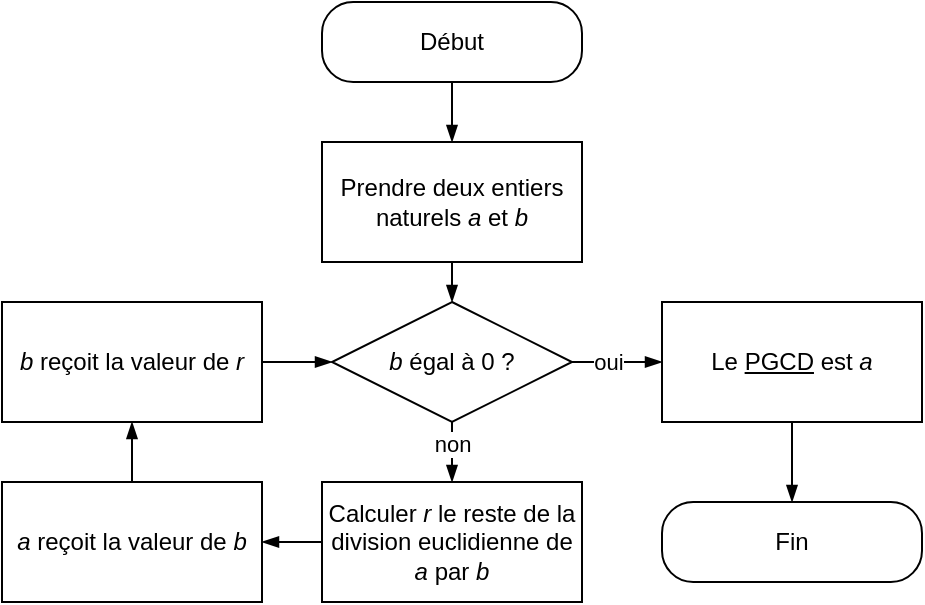
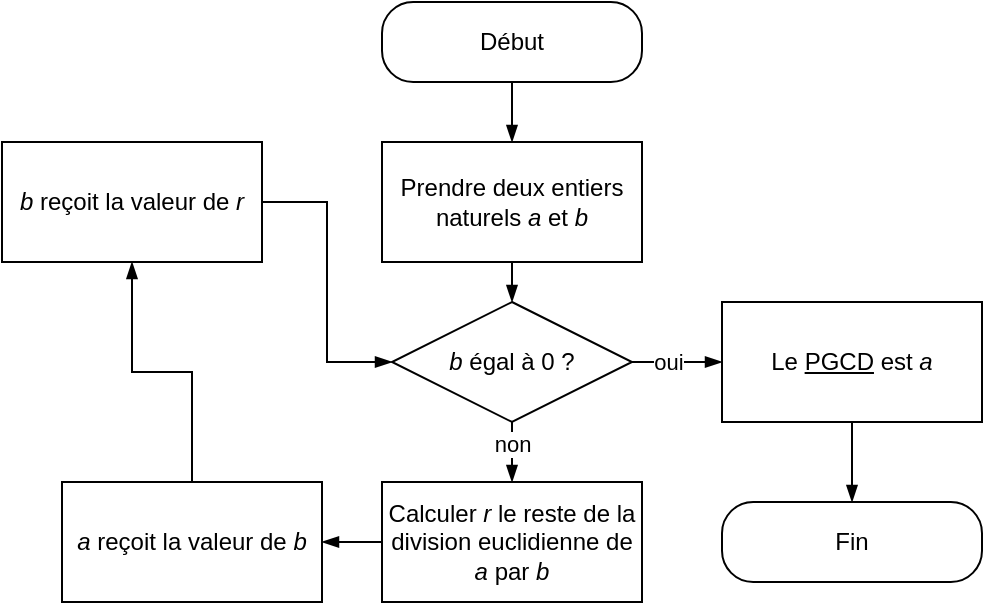
- <?xml version="1.0" encoding="UTF-8"?>
- <mxfile host="app.diagrams.net" modified="2021-06-26T21:15:00.226Z" agent="5.0 (Windows NT 10.0; Win64; x64) AppleWebKit/537.36 (KHTML, like Gecko) Chrome/91.0.4472.114 Safari/537.36" version="14.8.1" etag="iELxP__TWOSnnqYhbP_u">
-   <diagram id="-CYsAJk0Sd8BBVPne9VW">
-     <mxGraphModel dx="948" dy="904" grid="1" gridSize="10" guides="1" tooltips="1" connect="1" arrows="1" fold="1" page="1" pageScale="1" pageWidth="850" pageHeight="1100" math="0" shadow="0">
-       <root>
-         <mxCell id="0" />
-         <mxCell id="1" parent="0" />
-         <mxCell id="2" style="edgeStyle=orthogonalEdgeStyle;rounded=0;orthogonalLoop=1;jettySize=auto;html=1;exitX=0.5;exitY=1;exitDx=0;exitDy=0;entryX=0.5;entryY=0;entryDx=0;entryDy=0;endArrow=blockThin;endFill=1;" edge="1" source="3" target="5" parent="1">
-           <mxGeometry relative="1" as="geometry" />
-         </mxCell>
-         <mxCell id="3" value="Début" style="rounded=1;whiteSpace=wrap;html=1;arcSize=39;" vertex="1" parent="1">
-           <mxGeometry x="320" y="180" width="130" height="40" as="geometry" />
-         </mxCell>
-         <mxCell id="4" style="edgeStyle=orthogonalEdgeStyle;rounded=0;orthogonalLoop=1;jettySize=auto;html=1;exitX=0.5;exitY=1;exitDx=0;exitDy=0;entryX=0.5;entryY=0;entryDx=0;entryDy=0;endArrow=blockThin;endFill=1;" edge="1" source="5" target="10" parent="1">
-           <mxGeometry relative="1" as="geometry" />
-         </mxCell>
-         <mxCell id="5" value="Prendre deux entiers naturels &lt;i&gt;a&lt;/i&gt; et &lt;i&gt;b&lt;/i&gt;" style="rounded=0;whiteSpace=wrap;html=1;" vertex="1" parent="1">
-           <mxGeometry x="320" y="250" width="130" height="60" as="geometry" />
-         </mxCell>
-         <mxCell id="6" style="edgeStyle=orthogonalEdgeStyle;rounded=0;orthogonalLoop=1;jettySize=auto;html=1;exitX=1;exitY=0.5;exitDx=0;exitDy=0;endArrow=blockThin;endFill=1;entryX=0;entryY=0.5;entryDx=0;entryDy=0;" edge="1" source="10" target="12" parent="1">
-           <mxGeometry relative="1" as="geometry">
-             <mxPoint x="468" y="350" as="targetPoint" />
-           </mxGeometry>
-         </mxCell>
-         <mxCell id="7" value="oui" style="edgeLabel;html=1;align=center;verticalAlign=middle;resizable=0;points=[];" vertex="1" connectable="0" parent="6">
-           <mxGeometry x="-0.2212" y="-1" relative="1" as="geometry">
-             <mxPoint y="-1" as="offset" />
-           </mxGeometry>
-         </mxCell>
-         <mxCell id="8" style="edgeStyle=orthogonalEdgeStyle;rounded=0;orthogonalLoop=1;jettySize=auto;html=1;exitX=0.5;exitY=1;exitDx=0;exitDy=0;entryX=0.5;entryY=0;entryDx=0;entryDy=0;endArrow=blockThin;endFill=1;" edge="1" source="10" target="15" parent="1">
-           <mxGeometry relative="1" as="geometry" />
-         </mxCell>
-         <mxCell id="9" value="non" style="edgeLabel;html=1;align=center;verticalAlign=middle;resizable=0;points=[];" vertex="1" connectable="0" parent="8">
-           <mxGeometry x="-0.2757" relative="1" as="geometry">
-             <mxPoint as="offset" />
-           </mxGeometry>
-         </mxCell>
-         <mxCell id="10" value="&lt;i&gt;b&lt;/i&gt; égal à 0 ?" style="rhombus;whiteSpace=wrap;html=1;" vertex="1" parent="1">
-           <mxGeometry x="325" y="330" width="120" height="60" as="geometry" />
-         </mxCell>
-         <mxCell id="11" style="edgeStyle=orthogonalEdgeStyle;rounded=0;orthogonalLoop=1;jettySize=auto;html=1;exitX=0.5;exitY=1;exitDx=0;exitDy=0;entryX=0.5;entryY=0;entryDx=0;entryDy=0;endArrow=blockThin;endFill=1;" edge="1" source="12" target="13" parent="1">
-           <mxGeometry relative="1" as="geometry" />
-         </mxCell>
-         <mxCell id="12" value="Le &lt;u&gt;PGCD&lt;/u&gt; est &lt;i&gt;a&lt;/i&gt;" style="rounded=0;whiteSpace=wrap;html=1;" vertex="1" parent="1">
-           <mxGeometry x="490" y="330" width="130" height="60" as="geometry" />
-         </mxCell>
-         <mxCell id="13" value="Fin" style="rounded=1;whiteSpace=wrap;html=1;arcSize=39;" vertex="1" parent="1">
-           <mxGeometry x="490" y="430" width="130" height="40" as="geometry" />
-         </mxCell>
-         <mxCell id="14" style="edgeStyle=orthogonalEdgeStyle;rounded=0;orthogonalLoop=1;jettySize=auto;html=1;exitX=0;exitY=0.5;exitDx=0;exitDy=0;entryX=1;entryY=0.5;entryDx=0;entryDy=0;endArrow=blockThin;endFill=1;" edge="1" source="15" target="17" parent="1">
-           <mxGeometry relative="1" as="geometry" />
-         </mxCell>
-         <mxCell id="15" value="Calculer &lt;i&gt;r&lt;/i&gt; le reste de la division euclidienne de &lt;i&gt;a&lt;/i&gt; par &lt;i&gt;b&lt;/i&gt;" style="rounded=0;whiteSpace=wrap;html=1;" vertex="1" parent="1">
-           <mxGeometry x="320" y="420" width="130" height="60" as="geometry" />
-         </mxCell>
-         <mxCell id="16" style="edgeStyle=orthogonalEdgeStyle;rounded=0;orthogonalLoop=1;jettySize=auto;html=1;exitX=0.5;exitY=0;exitDx=0;exitDy=0;entryX=0.5;entryY=1;entryDx=0;entryDy=0;endArrow=blockThin;endFill=1;" edge="1" source="17" target="19" parent="1">
-           <mxGeometry relative="1" as="geometry" />
-         </mxCell>
-         <mxCell id="17" value="&lt;i&gt;a&lt;/i&gt; reçoit la valeur de &lt;i&gt;b&lt;/i&gt;" style="rounded=0;whiteSpace=wrap;html=1;" vertex="1" parent="1">
-           <mxGeometry x="160" y="420" width="130" height="60" as="geometry" />
-         </mxCell>
-         <mxCell id="18" style="edgeStyle=orthogonalEdgeStyle;rounded=0;orthogonalLoop=1;jettySize=auto;html=1;exitX=1;exitY=0.5;exitDx=0;exitDy=0;entryX=0;entryY=0.5;entryDx=0;entryDy=0;endArrow=blockThin;endFill=1;" edge="1" source="19" target="10" parent="1">
-           <mxGeometry relative="1" as="geometry" />
-         </mxCell>
-         <mxCell id="19" value="&lt;i&gt;b&lt;/i&gt; reçoit la valeur de &lt;i&gt;r&lt;/i&gt;" style="rounded=0;whiteSpace=wrap;html=1;" vertex="1" parent="1">
-           <mxGeometry x="160" y="330" width="130" height="60" as="geometry" />
-         </mxCell>
-       </root>
-     </mxGraphModel>
-   </diagram>
- </mxfile>
+ <mxfile host="65bd71144e">
+     <diagram id="-CYsAJk0Sd8BBVPne9VW" name="Page-1">
+         <mxGraphModel dx="523" dy="323" grid="1" gridSize="10" guides="1" tooltips="1" connect="1" arrows="1" fold="1" page="1" pageScale="1" pageWidth="850" pageHeight="1100" math="0" shadow="0">
+             <root>
+                 <mxCell id="0"/>
+                 <mxCell id="1" parent="0"/>
+                 <mxCell id="2" style="edgeStyle=orthogonalEdgeStyle;rounded=0;orthogonalLoop=1;jettySize=auto;html=1;exitX=0.5;exitY=1;exitDx=0;exitDy=0;entryX=0.5;entryY=0;entryDx=0;entryDy=0;endArrow=blockThin;endFill=1;" parent="1" source="3" target="5" edge="1">
+                     <mxGeometry relative="1" as="geometry"/>
+                 </mxCell>
+                 <mxCell id="3" value="Début" style="rounded=1;whiteSpace=wrap;html=1;arcSize=39;" parent="1" vertex="1">
+                     <mxGeometry x="320" y="180" width="130" height="40" as="geometry"/>
+                 </mxCell>
+                 <mxCell id="4" style="edgeStyle=orthogonalEdgeStyle;rounded=0;orthogonalLoop=1;jettySize=auto;html=1;exitX=0.5;exitY=1;exitDx=0;exitDy=0;entryX=0.5;entryY=0;entryDx=0;entryDy=0;endArrow=blockThin;endFill=1;" parent="1" source="5" target="10" edge="1">
+                     <mxGeometry relative="1" as="geometry"/>
+                 </mxCell>
+                 <mxCell id="5" value="Prendre deux entiers naturels &lt;i&gt;a&lt;/i&gt; et &lt;i&gt;b&lt;/i&gt;" style="rounded=0;whiteSpace=wrap;html=1;" parent="1" vertex="1">
+                     <mxGeometry x="320" y="250" width="130" height="60" as="geometry"/>
+                 </mxCell>
+                 <mxCell id="6" style="edgeStyle=orthogonalEdgeStyle;rounded=0;orthogonalLoop=1;jettySize=auto;html=1;exitX=1;exitY=0.5;exitDx=0;exitDy=0;endArrow=blockThin;endFill=1;entryX=0;entryY=0.5;entryDx=0;entryDy=0;" parent="1" source="10" target="12" edge="1">
+                     <mxGeometry relative="1" as="geometry">
+                         <mxPoint x="468" y="350" as="targetPoint"/>
+                     </mxGeometry>
+                 </mxCell>
+                 <mxCell id="7" value="oui" style="edgeLabel;html=1;align=center;verticalAlign=middle;resizable=0;points=[];" parent="6" vertex="1" connectable="0">
+                     <mxGeometry x="-0.2212" y="-1" relative="1" as="geometry">
+                         <mxPoint y="-1" as="offset"/>
+                     </mxGeometry>
+                 </mxCell>
+                 <mxCell id="8" style="edgeStyle=orthogonalEdgeStyle;rounded=0;orthogonalLoop=1;jettySize=auto;html=1;exitX=0.5;exitY=1;exitDx=0;exitDy=0;entryX=0.5;entryY=0;entryDx=0;entryDy=0;endArrow=blockThin;endFill=1;" parent="1" source="10" target="15" edge="1">
+                     <mxGeometry relative="1" as="geometry"/>
+                 </mxCell>
+                 <mxCell id="9" value="non" style="edgeLabel;html=1;align=center;verticalAlign=middle;resizable=0;points=[];" parent="8" vertex="1" connectable="0">
+                     <mxGeometry x="-0.2757" relative="1" as="geometry">
+                         <mxPoint as="offset"/>
+                     </mxGeometry>
+                 </mxCell>
+                 <mxCell id="10" value="&lt;i&gt;b&lt;/i&gt; égal à 0 ?" style="rhombus;whiteSpace=wrap;html=1;" parent="1" vertex="1">
+                     <mxGeometry x="325" y="330" width="120" height="60" as="geometry"/>
+                 </mxCell>
+                 <mxCell id="11" style="edgeStyle=orthogonalEdgeStyle;rounded=0;orthogonalLoop=1;jettySize=auto;html=1;exitX=0.5;exitY=1;exitDx=0;exitDy=0;entryX=0.5;entryY=0;entryDx=0;entryDy=0;endArrow=blockThin;endFill=1;" parent="1" source="12" target="13" edge="1">
+                     <mxGeometry relative="1" as="geometry"/>
+                 </mxCell>
+                 <mxCell id="12" value="Le &lt;u&gt;PGCD&lt;/u&gt; est &lt;i&gt;a&lt;/i&gt;" style="rounded=0;whiteSpace=wrap;html=1;" parent="1" vertex="1">
+                     <mxGeometry x="490" y="330" width="130" height="60" as="geometry"/>
+                 </mxCell>
+                 <mxCell id="13" value="Fin" style="rounded=1;whiteSpace=wrap;html=1;arcSize=39;" parent="1" vertex="1">
+                     <mxGeometry x="490" y="430" width="130" height="40" as="geometry"/>
+                 </mxCell>
+                 <mxCell id="14" style="edgeStyle=orthogonalEdgeStyle;rounded=0;orthogonalLoop=1;jettySize=auto;html=1;exitX=0;exitY=0.5;exitDx=0;exitDy=0;entryX=1;entryY=0.5;entryDx=0;entryDy=0;endArrow=blockThin;endFill=1;" parent="1" source="15" target="17" edge="1">
+                     <mxGeometry relative="1" as="geometry"/>
+                 </mxCell>
+                 <mxCell id="15" value="Calculer &lt;i&gt;r&lt;/i&gt; le reste de la division euclidienne de &lt;i&gt;a&lt;/i&gt; par &lt;i&gt;b&lt;/i&gt;" style="rounded=0;whiteSpace=wrap;html=1;" parent="1" vertex="1">
+                     <mxGeometry x="320" y="420" width="130" height="60" as="geometry"/>
+                 </mxCell>
+                 <mxCell id="16" style="edgeStyle=orthogonalEdgeStyle;rounded=0;orthogonalLoop=1;jettySize=auto;html=1;exitX=0.5;exitY=0;exitDx=0;exitDy=0;entryX=0.5;entryY=1;entryDx=0;entryDy=0;endArrow=blockThin;endFill=1;" parent="1" source="17" target="19" edge="1">
+                     <mxGeometry relative="1" as="geometry"/>
+                 </mxCell>
+                 <mxCell id="17" value="&lt;i&gt;a&lt;/i&gt; reçoit la valeur de &lt;i&gt;b&lt;/i&gt;" style="rounded=0;whiteSpace=wrap;html=1;" parent="1" vertex="1">
+                     <mxGeometry x="160" y="420" width="130" height="60" as="geometry"/>
+                 </mxCell>
+                 <mxCell id="18" style="edgeStyle=orthogonalEdgeStyle;rounded=0;orthogonalLoop=1;jettySize=auto;html=1;exitX=1;exitY=0.5;exitDx=0;exitDy=0;entryX=0;entryY=0.5;entryDx=0;entryDy=0;endArrow=blockThin;endFill=1;" parent="1" source="19" target="10" edge="1">
+                     <mxGeometry relative="1" as="geometry"/>
+                 </mxCell>
+                 <mxCell id="19" value="&lt;i&gt;b&lt;/i&gt; reçoit la valeur de &lt;i&gt;r&lt;/i&gt;" style="rounded=0;whiteSpace=wrap;html=1;" parent="1" vertex="1">
+                     <mxGeometry x="130" y="250" width="130" height="60" as="geometry"/>
+                 </mxCell>
+             </root>
+         </mxGraphModel>
+     </diagram>
+ </mxfile>